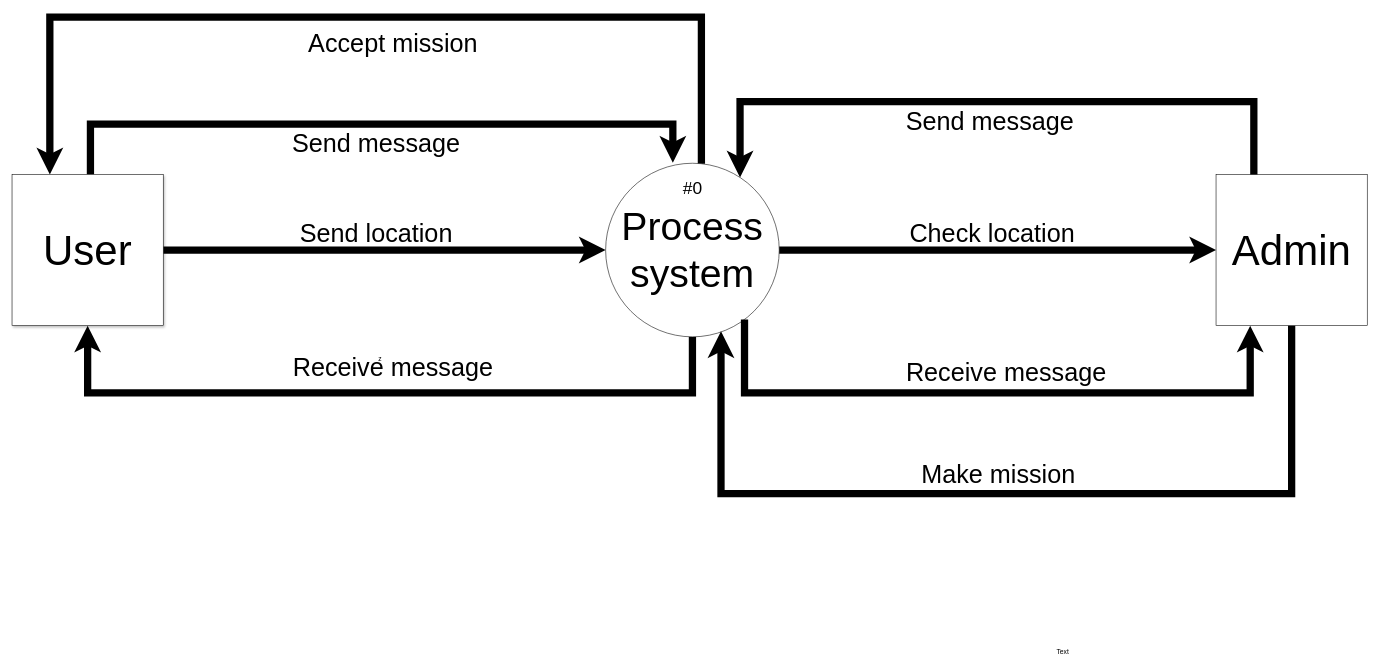
Earlier version of the draw.io diagram page "DFD#0" (1 of 2) of Untitled Diagram.drawio (geeksesi/my_university). Source tidied: cells renumbered, new cells numbered last; positions are measured from the earlier drawing's top-left corner, leaving out a move shared by most shapes. Both pictures are drawn from the tidied source at 56%, with x=0, y=0 at pixel (12, 17).
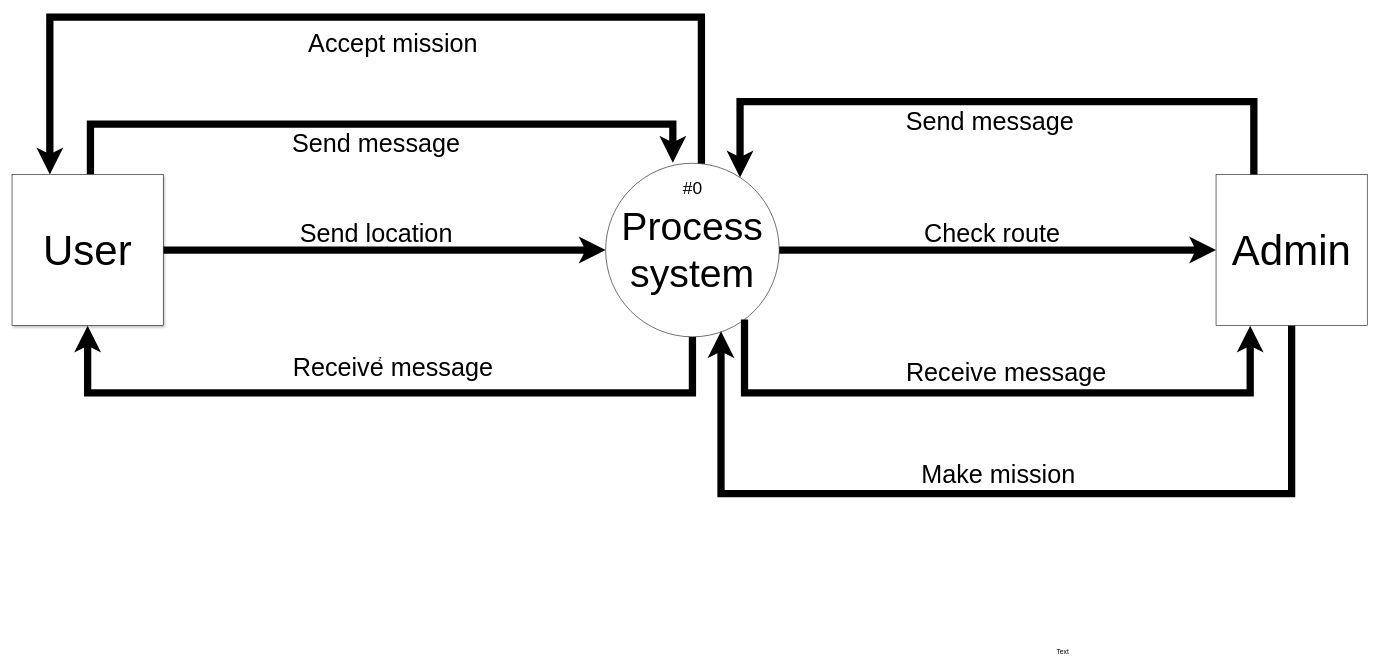
After the change.

Commit message:
admin must check route

Diff of the diagram source:
```diff
@@
-    <mxCell id="17" value="&lt;font style=&quot;font-size: 45px&quot;&gt;Check location&lt;br&gt;&lt;/font&gt;" style="text;html=1;align=center;verticalAlign=middle;" parent="1" vertex="1">
-      <mxGeometry x="1595" y="371" width="310" height="30" as="geometry" />
+    <mxCell id="17" value="&lt;font style=&quot;font-size: 45px&quot;&gt;Check route&lt;br&gt;&lt;/font&gt;" style="text;html=1;align=center;verticalAlign=middle;" parent="1" vertex="1">
+      <mxGeometry x="1620" y="371" width="260" height="30" as="geometry" />
     </mxCell>
```
